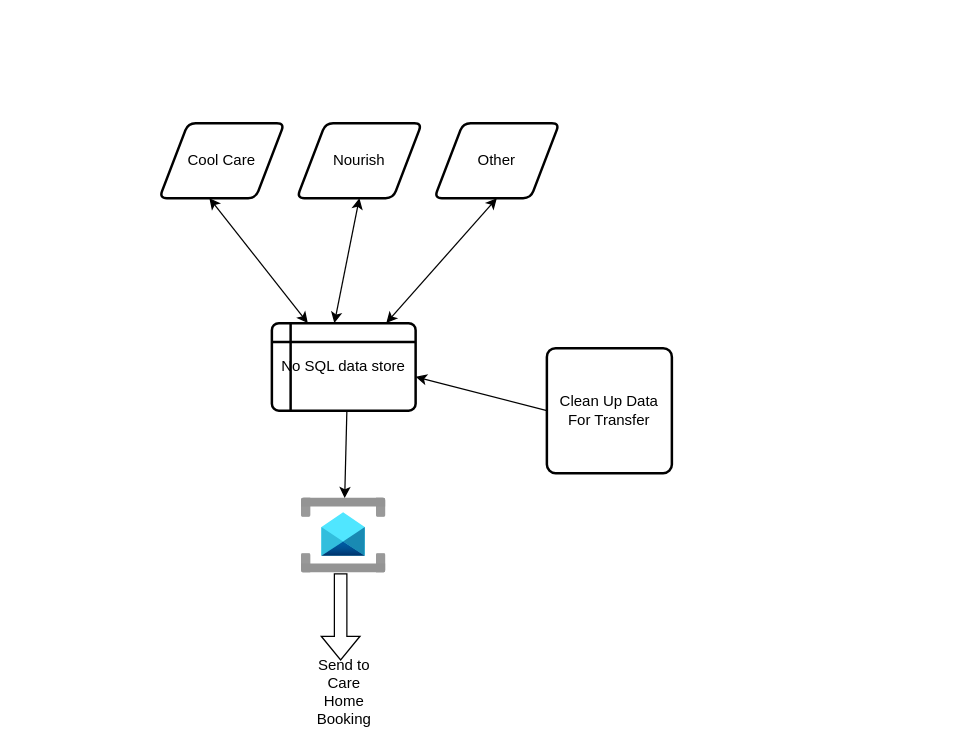
mattwatts36/drawings keeps this draw.io diagram as CareHomeBookingProcessor.drawio. Above is the earlier version. Source tidied: cells renumbered, new cells numbered last; positions are measured from the earlier drawing's top-left corner, leaving out a move shared by most shapes. Both pictures are drawn from the tidied source at 125%, with x=0, y=0 at pixel (159, 122).
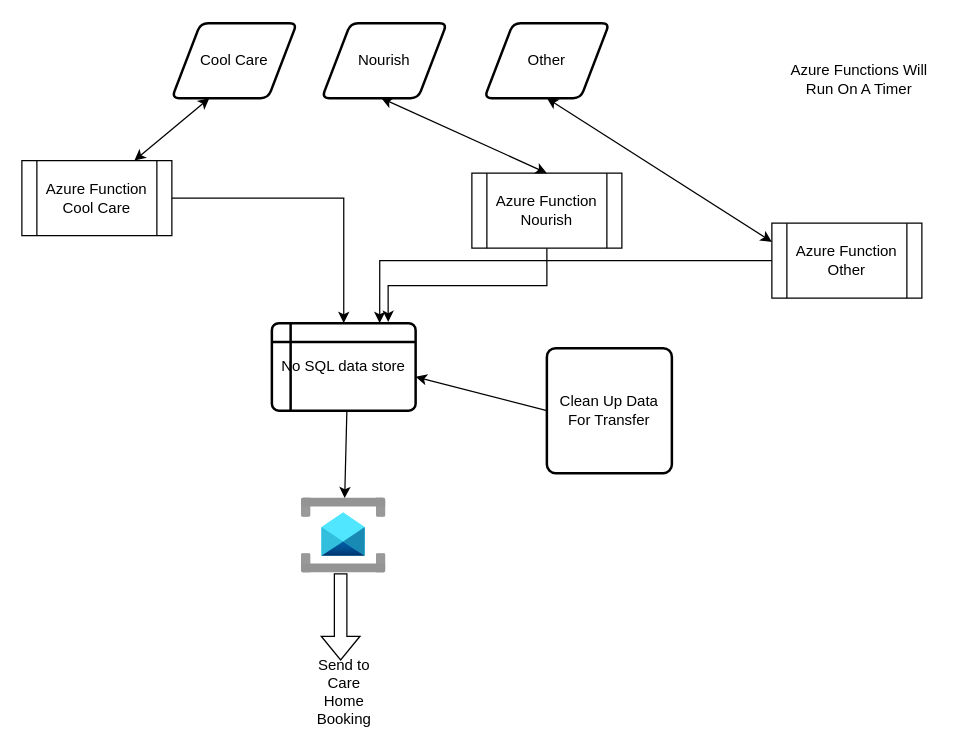
The same diagram, later.

Commit message:
Added Azure Functions To The Diagram

The change refers to these unchanged cells:
```xml
<mxCell id="5" value="No SQL data store" style="shape=internalStorage;whiteSpace=wrap;html=1;dx=15;dy=15;rounded=1;arcSize=8;strokeWidth=2;" parent="1" vertex="1">
  <mxGeometry x="90" y="160" width="115" height="70" as="geometry" />
</mxCell>
```

Diff of the diagram source:
```diff
@@
     <mxCell id="2" value="Cool Care" style="shape=parallelogram;html=1;strokeWidth=2;perimeter=parallelogramPerimeter;whiteSpace=wrap;rounded=1;arcSize=12;size=0.23;" parent="1" vertex="1">
-      <mxGeometry width="100" height="60" as="geometry" />
+      <mxGeometry x="10" y="-80" width="100" height="60" as="geometry" />
     </mxCell>
     <mxCell id="3" value="Nourish" style="shape=parallelogram;html=1;strokeWidth=2;perimeter=parallelogramPerimeter;whiteSpace=wrap;rounded=1;arcSize=12;size=0.23;" parent="1" vertex="1">
-      <mxGeometry x="110" width="100" height="60" as="geometry" />
+      <mxGeometry x="130" y="-80" width="100" height="60" as="geometry" />
     </mxCell>
     <mxCell id="4" value="Other" style="shape=parallelogram;html=1;strokeWidth=2;perimeter=parallelogramPerimeter;whiteSpace=wrap;rounded=1;arcSize=12;size=0.23;" parent="1" vertex="1">
-      <mxGeometry x="220" width="100" height="60" as="geometry" />
+      <mxGeometry x="260" y="-80" width="100" height="60" as="geometry" />
     </mxCell>
@@
-    <mxCell id="7" style="endArrow=classic;startArrow=classic;html=1;rounded=0;exitX=0.25;exitY=0;exitDx=0;exitDy=0;" parent="1" edge="1" source="5">
-      <mxGeometry relative="1" as="geometry">
-        <mxPoint x="40" y="60" as="targetPoint" />
-      </mxGeometry>
-    </mxCell>
-    <mxCell id="8" style="endArrow=classic;startArrow=classic;html=1;rounded=0;entryX=0.5;entryY=1;entryDx=0;entryDy=0;" parent="1" edge="1" target="3">
-      <mxGeometry relative="1" as="geometry">
-        <mxPoint x="140" y="160" as="sourcePoint" />
-      </mxGeometry>
-    </mxCell>
-    <mxCell id="9" style="endArrow=classic;startArrow=classic;html=1;rounded=0;entryX=0.5;entryY=1;entryDx=0;entryDy=0;" parent="1" edge="1" target="4">
-      <mxGeometry relative="1" as="geometry">
-        <mxPoint x="181.5" y="160" as="sourcePoint" />
-      </mxGeometry>
+    <mxCell id="9" style="endArrow=classic;startArrow=classic;html=1;rounded=0;entryX=0.5;entryY=1;entryDx=0;entryDy=0;exitX=0;exitY=0.25;exitDx=0;exitDy=0;" parent="1" edge="1" source="16" target="4">
+      <mxGeometry relative="1" as="geometry" />
     </mxCell>
@@
+    <mxCell id="15" style="edgeStyle=orthogonalEdgeStyle;rounded=0;jettySize=auto;html=1;entryX=0.75;entryY=0;entryDx=0;entryDy=0;" parent="1" edge="1" source="16" target="5">
+      <mxGeometry relative="1" as="geometry" />
+    </mxCell>
+    <mxCell id="16" value="Azure Function Other" style="shape=process;whiteSpace=wrap;html=1;backgroundOutline=1;" parent="1" vertex="1">
+      <mxGeometry x="490" y="80" width="120" height="60" as="geometry" />
+    </mxCell>
+    <mxCell id="17" style="edgeStyle=orthogonalEdgeStyle;rounded=0;jettySize=auto;html=1;exitX=0.5;exitY=1;exitDx=0;exitDy=0;entryX=0.809;entryY=-0.014;entryDx=0;entryDy=0;entryPerimeter=0;" parent="1" edge="1" source="18" target="5">
+      <mxGeometry relative="1" as="geometry" />
+    </mxCell>
+    <mxCell id="18" value="Azure Function Nourish" style="shape=process;whiteSpace=wrap;html=1;backgroundOutline=1;" parent="1" vertex="1">
+      <mxGeometry x="250" y="40" width="120" height="60" as="geometry" />
+    </mxCell>
+    <mxCell id="19" style="edgeStyle=orthogonalEdgeStyle;rounded=0;jettySize=auto;html=1;entryX=0.5;entryY=0;entryDx=0;entryDy=0;" parent="1" edge="1" source="20" target="5">
+      <mxGeometry relative="1" as="geometry" />
+    </mxCell>
+    <mxCell id="20" value="Azure Function Cool Care" style="shape=process;whiteSpace=wrap;html=1;backgroundOutline=1;" parent="1" vertex="1">
+      <mxGeometry x="-110" y="30" width="120" height="60" as="geometry" />
+    </mxCell>
+    <mxCell id="21" style="endArrow=classic;startArrow=classic;html=1;rounded=0;exitX=0.75;exitY=0;exitDx=0;exitDy=0;" parent="1" edge="1" source="20">
+      <mxGeometry relative="1" as="geometry">
+        <mxPoint x="40" y="-20" as="targetPoint" />
+      </mxGeometry>
+    </mxCell>
+    <mxCell id="22" style="endArrow=classic;startArrow=classic;html=1;rounded=0;exitX=0.5;exitY=0;exitDx=0;exitDy=0;" parent="1" edge="1" source="18">
+      <mxGeometry relative="1" as="geometry">
+        <mxPoint x="177.5" y="-20" as="targetPoint" />
+      </mxGeometry>
+    </mxCell>
+    <mxCell id="23" value="Azure Functions Will Run On A Timer" style="text;html=1;strokeColor=none;fillColor=none;align=center;verticalAlign=middle;whiteSpace=wrap;rounded=0;" parent="1" vertex="1">
+      <mxGeometry x="500" y="-50" width="120" height="30" as="geometry" />
+    </mxCell>
```
